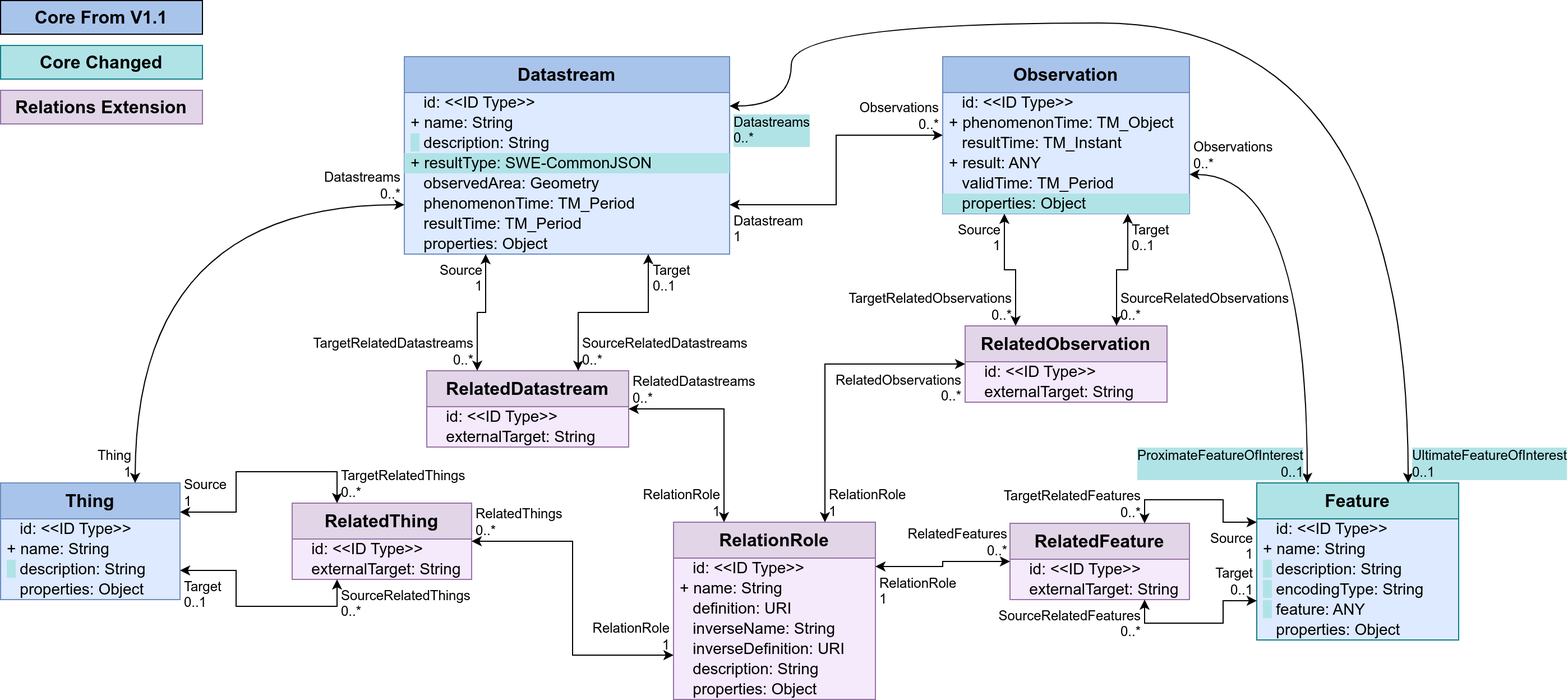
Above: figures/Datamodel-SensorThingsApi-V2-proposal-1-Relations.drawio.png in opengeospatial/sensorthings (draw.io), before the change. Source tidied: cells renumbered, new cells last; positions are measured from the earlier drawing's top-left corner, leaving out a move shared by most shapes.
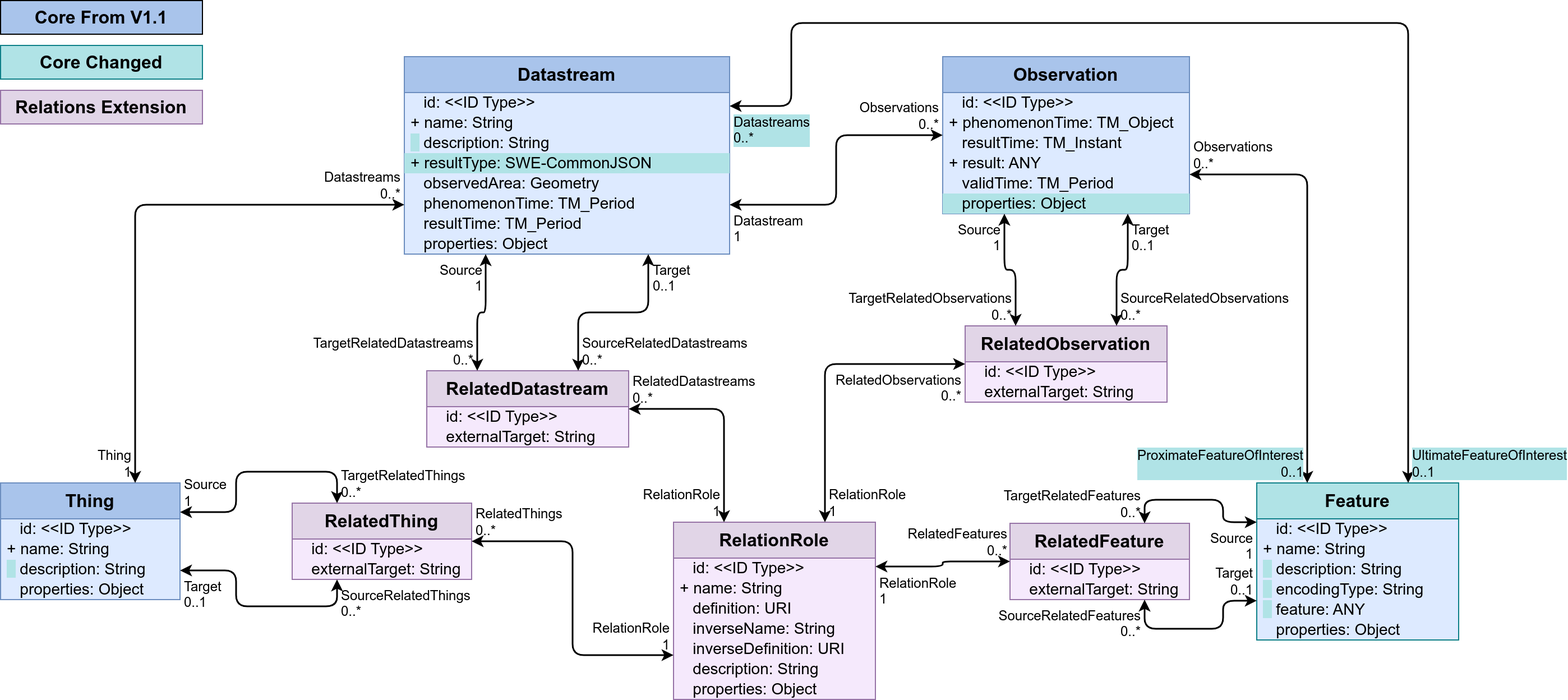
Later version of the same file.

Change to the diagram source:
```diff
@@ -50,7 +50,7 @@
     <mxCell id="17" value="&amp;nbsp;&amp;nbsp;&amp;nbsp;properties: Object" style="text;strokeColor=none;fillColor=none;align=left;verticalAlign=middle;spacingLeft=4;spacingRight=4;overflow=visible;html=1;fontSize=14;" parent="11" vertex="1">
       <mxGeometry y="122" width="180" height="18" as="geometry" />
     </mxCell>
-    <mxCell id="18" style="endArrow=classic;startArrow=classic;html=1;rounded=0;exitX=0.75;exitY=0;exitDx=0;exitDy=0;edgeStyle=orthogonalEdgeStyle;entryX=1;entryY=0.25;entryDx=0;entryDy=0;curved=1;" parent="1" edge="1" source="11" target="2">
+    <mxCell id="18" style="endArrow=classic;startArrow=classic;html=1;rounded=1;exitX=0.75;exitY=0;exitDx=0;exitDy=0;edgeStyle=orthogonalEdgeStyle;entryX=1;entryY=0.25;entryDx=0;entryDy=0;curved=0;strokeWidth=1.5;" parent="1" edge="1" source="11" target="2">
       <mxGeometry relative="1" as="geometry">
         <Array as="points">
           <mxPoint x="1255" y="20" />
@@ -86,7 +86,7 @@
     <mxCell id="27" value="&amp;nbsp;&amp;nbsp;&amp;nbsp;properties: Object" style="text;strokeColor=none;fillColor=#b0e3e6;align=left;verticalAlign=middle;spacingLeft=4;spacingRight=4;overflow=visible;html=1;fontSize=14;" parent="21" vertex="1">
       <mxGeometry y="122" width="220" height="18" as="geometry" />
     </mxCell>
-    <mxCell id="28" style="endArrow=classic;startArrow=classic;html=1;rounded=0;exitX=0;exitY=0.5;exitDx=0;exitDy=0;entryX=1;entryY=0.75;entryDx=0;entryDy=0;edgeStyle=orthogonalEdgeStyle;" parent="1" edge="1" source="21" target="2">
+    <mxCell id="28" style="endArrow=classic;startArrow=classic;html=1;rounded=1;exitX=0;exitY=0.5;exitDx=0;exitDy=0;entryX=1;entryY=0.75;entryDx=0;entryDy=0;edgeStyle=orthogonalEdgeStyle;strokeWidth=1.5;curved=0;" parent="1" edge="1" source="21" target="2">
       <mxGeometry relative="1" as="geometry" />
     </mxCell>
     <mxCell id="29" value="Observations&lt;br&gt;0..*" style="edgeLabel;html=1;align=right;verticalAlign=bottom;labelBackgroundColor=none;fontSize=12;spacingLeft=1;spacing=3;spacingRight=2;" parent="28" vertex="1">
@@ -95,7 +95,7 @@
     <mxCell id="30" value="Datastream&lt;br&gt;1" style="edgeLabel;html=1;align=left;verticalAlign=top;labelBackgroundColor=none;fontSize=12;spacingLeft=1;spacing=3;spacingRight=2;" parent="28" vertex="1">
       <mxGeometry x="1" relative="1" as="geometry" />
     </mxCell>
-    <mxCell id="31" style="endArrow=classic;startArrow=classic;html=1;rounded=0;exitX=1;exitY=0.75;exitDx=0;exitDy=0;edgeStyle=orthogonalEdgeStyle;entryX=0.25;entryY=0;entryDx=0;entryDy=0;curved=1;" parent="1" edge="1" source="21" target="11">
+    <mxCell id="31" style="endArrow=classic;startArrow=classic;html=1;rounded=1;exitX=1;exitY=0.75;exitDx=0;exitDy=0;edgeStyle=orthogonalEdgeStyle;entryX=0.25;entryY=0;entryDx=0;entryDy=0;curved=0;strokeWidth=1.5;" parent="1" edge="1" source="21" target="11">
       <mxGeometry relative="1" as="geometry" />
     </mxCell>
     <mxCell id="32" value="Observations&lt;br&gt;0..*" style="edgeLabel;html=1;align=left;verticalAlign=bottom;labelBackgroundColor=none;fontSize=12;spacingLeft=1;spacing=3;spacingRight=2;" parent="31" vertex="1">
@@ -113,7 +113,7 @@
     <mxCell id="36" value="&amp;nbsp;&amp;nbsp;&amp;nbsp;externalTarget: String" style="text;strokeColor=none;fillColor=none;align=left;verticalAlign=middle;spacingLeft=4;spacingRight=4;overflow=visible;html=1;fontSize=14;" parent="34" vertex="1">
       <mxGeometry y="50" width="180" height="18" as="geometry" />
     </mxCell>
-    <mxCell id="37" style="endArrow=classic;startArrow=classic;html=1;rounded=0;exitX=0.25;exitY=0;exitDx=0;exitDy=0;entryX=0.25;entryY=1;entryDx=0;entryDy=0;edgeStyle=orthogonalEdgeStyle;" parent="1" edge="1" source="34" target="2">
+    <mxCell id="37" style="endArrow=classic;startArrow=classic;html=1;rounded=1;exitX=0.25;exitY=0;exitDx=0;exitDy=0;entryX=0.25;entryY=1;entryDx=0;entryDy=0;edgeStyle=orthogonalEdgeStyle;strokeWidth=1.5;curved=0;" parent="1" edge="1" source="34" target="2">
       <mxGeometry relative="1" as="geometry" />
     </mxCell>
     <mxCell id="38" value="TargetRelatedDatastreams&lt;br&gt;0..*" style="edgeLabel;html=1;align=right;verticalAlign=bottom;labelBackgroundColor=none;fontSize=12;spacingLeft=1;spacing=3;spacingRight=2;" parent="37" vertex="1">
@@ -122,7 +122,7 @@
     <mxCell id="39" value="Source&lt;br&gt;1" style="edgeLabel;html=1;align=right;verticalAlign=top;labelBackgroundColor=none;fontSize=12;spacingLeft=1;spacing=3;spacingRight=2;" parent="37" vertex="1">
       <mxGeometry x="1" relative="1" as="geometry" />
     </mxCell>
-    <mxCell id="40" style="endArrow=classic;startArrow=classic;html=1;rounded=0;entryX=0.75;entryY=1;entryDx=0;entryDy=0;exitX=0.75;exitY=0;exitDx=0;exitDy=0;edgeStyle=orthogonalEdgeStyle;" parent="1" edge="1" source="34" target="2">
+    <mxCell id="40" style="endArrow=classic;startArrow=classic;html=1;rounded=1;entryX=0.75;entryY=1;entryDx=0;entryDy=0;exitX=0.75;exitY=0;exitDx=0;exitDy=0;edgeStyle=orthogonalEdgeStyle;strokeWidth=1.5;curved=0;" parent="1" edge="1" source="34" target="2">
       <mxGeometry relative="1" as="geometry" />
     </mxCell>
     <mxCell id="41" value="SourceRelatedDatastreams&lt;br&gt;0..*" style="edgeLabel;html=1;align=left;verticalAlign=bottom;labelBackgroundColor=none;fontSize=12;spacingLeft=1;spacing=3;spacingRight=2;" parent="40" vertex="1">
@@ -140,7 +140,7 @@
     <mxCell id="45" value="&amp;nbsp;&amp;nbsp;&amp;nbsp;externalTarget: String" style="text;strokeColor=none;fillColor=none;align=left;verticalAlign=middle;spacingLeft=4;spacingRight=4;overflow=visible;html=1;fontSize=14;" parent="43" vertex="1">
       <mxGeometry y="50" width="160" height="18" as="geometry" />
     </mxCell>
-    <mxCell id="46" style="endArrow=classic;startArrow=classic;html=1;rounded=0;entryX=0;entryY=0.25;entryDx=0;entryDy=0;exitX=0.75;exitY=0;exitDx=0;exitDy=0;edgeStyle=orthogonalEdgeStyle;" parent="1" edge="1" source="43" target="11">
+    <mxCell id="46" style="endArrow=classic;startArrow=classic;html=1;rounded=1;entryX=0;entryY=0.25;entryDx=0;entryDy=0;exitX=0.75;exitY=0;exitDx=0;exitDy=0;edgeStyle=orthogonalEdgeStyle;strokeWidth=1.5;curved=0;" parent="1" edge="1" source="43" target="11">
       <mxGeometry relative="1" as="geometry">
         <Array as="points">
           <mxPoint x="1020" y="445" />
@@ -155,11 +155,11 @@
     <mxCell id="48" value="Source&lt;br&gt;1" style="edgeLabel;html=1;align=right;verticalAlign=top;labelBackgroundColor=none;fontSize=12;spacingLeft=1;spacing=3;spacingRight=2;" parent="46" vertex="1">
       <mxGeometry x="1" relative="1" as="geometry" />
     </mxCell>
-    <mxCell id="49" style="endArrow=classic;startArrow=classic;html=1;rounded=0;edgeStyle=orthogonalEdgeStyle;entryX=0;entryY=0.75;entryDx=0;entryDy=0;exitX=0.75;exitY=1;exitDx=0;exitDy=0;" parent="1" edge="1" source="43" target="11">
+    <mxCell id="49" style="endArrow=classic;startArrow=classic;html=1;rounded=1;edgeStyle=orthogonalEdgeStyle;entryX=0;entryY=0.75;entryDx=0;entryDy=0;exitX=0.75;exitY=1;exitDx=0;exitDy=0;strokeWidth=1.5;curved=0;" parent="1" edge="1" source="43" target="11">
       <mxGeometry relative="1" as="geometry">
         <Array as="points">
-          <mxPoint x="1020" y="555" />
-          <mxPoint x="1090" y="555" />
+          <mxPoint x="1020" y="560" />
+          <mxPoint x="1090" y="560" />
           <mxPoint x="1090" y="535" />
         </Array>
       </mxGeometry>
@@ -179,7 +179,7 @@
     <mxCell id="54" value="&amp;nbsp;&amp;nbsp;&amp;nbsp;externalTarget: String" style="text;strokeColor=none;fillColor=none;align=left;verticalAlign=middle;spacingLeft=4;spacingRight=4;overflow=visible;html=1;fontSize=14;" parent="52" vertex="1">
       <mxGeometry y="50" width="180" height="18" as="geometry" />
     </mxCell>
-    <mxCell id="55" style="endArrow=classic;startArrow=classic;html=1;rounded=0;entryX=0.25;entryY=1;entryDx=0;entryDy=0;edgeStyle=orthogonalEdgeStyle;exitX=0.25;exitY=0;exitDx=0;exitDy=0;" parent="1" edge="1" source="52" target="21">
+    <mxCell id="55" style="endArrow=classic;startArrow=classic;html=1;rounded=1;entryX=0.25;entryY=1;entryDx=0;entryDy=0;edgeStyle=orthogonalEdgeStyle;exitX=0.25;exitY=0;exitDx=0;exitDy=0;strokeWidth=1.5;curved=0;" parent="1" edge="1" source="52" target="21">
       <mxGeometry relative="1" as="geometry" />
     </mxCell>
     <mxCell id="56" value="TargetRelatedObservations&lt;br&gt;0..*" style="edgeLabel;html=1;align=right;verticalAlign=bottom;labelBackgroundColor=none;fontSize=12;spacingLeft=1;spacing=3;spacingRight=2;" parent="55" vertex="1">
@@ -188,7 +188,7 @@
     <mxCell id="57" value="Source&lt;br&gt;1" style="edgeLabel;html=1;align=right;verticalAlign=top;labelBackgroundColor=none;fontSize=12;spacingLeft=1;spacing=3;spacingRight=2;" parent="55" vertex="1">
       <mxGeometry x="1" relative="1" as="geometry" />
     </mxCell>
-    <mxCell id="58" style="endArrow=classic;startArrow=classic;html=1;rounded=0;entryX=0.75;entryY=1;entryDx=0;entryDy=0;edgeStyle=orthogonalEdgeStyle;exitX=0.75;exitY=0;exitDx=0;exitDy=0;" parent="1" edge="1" source="52" target="21">
+    <mxCell id="58" style="endArrow=classic;startArrow=classic;html=1;rounded=1;entryX=0.75;entryY=1;entryDx=0;entryDy=0;edgeStyle=orthogonalEdgeStyle;exitX=0.75;exitY=0;exitDx=0;exitDy=0;strokeWidth=1.5;curved=0;" parent="1" edge="1" source="52" target="21">
       <mxGeometry relative="1" as="geometry" />
     </mxCell>
     <mxCell id="59" value="SourceRelatedObservations&lt;br&gt;0..*" style="edgeLabel;html=1;align=left;verticalAlign=bottom;labelBackgroundColor=none;fontSize=12;spacingLeft=1;spacing=3;spacingRight=2;" parent="58" vertex="1">
@@ -230,7 +230,7 @@
     <mxCell id="71" value="&amp;nbsp;&amp;nbsp;&amp;nbsp;properties: Object" style="text;strokeColor=none;fillColor=none;align=left;verticalAlign=middle;spacingLeft=4;spacingRight=4;overflow=visible;html=1;fontSize=14;" parent="64" vertex="1">
       <mxGeometry y="140" width="180" height="18" as="geometry" />
     </mxCell>
-    <mxCell id="72" style="endArrow=classic;startArrow=classic;html=1;rounded=0;exitX=0.25;exitY=0;exitDx=0;exitDy=0;entryX=1;entryY=0.5;entryDx=0;entryDy=0;edgeStyle=orthogonalEdgeStyle;" parent="1" edge="1" source="64" target="34">
+    <mxCell id="72" style="endArrow=classic;startArrow=classic;html=1;rounded=1;exitX=0.25;exitY=0;exitDx=0;exitDy=0;entryX=1;entryY=0.5;entryDx=0;entryDy=0;edgeStyle=orthogonalEdgeStyle;strokeWidth=1.5;curved=0;" parent="1" edge="1" source="64" target="34">
       <mxGeometry relative="1" as="geometry" />
     </mxCell>
     <mxCell id="73" value="RelationRole&lt;br&gt;1" style="edgeLabel;html=1;align=right;verticalAlign=bottom;labelBackgroundColor=none;fontSize=12;spacingLeft=1;spacing=3;spacingRight=2;" parent="72" vertex="1">
@@ -239,7 +239,7 @@
     <mxCell id="74" value="RelatedDatastreams&lt;br&gt;0..*" style="edgeLabel;html=1;align=left;verticalAlign=bottom;labelBackgroundColor=none;fontSize=12;spacingLeft=1;spacing=3;spacingRight=2;" parent="72" vertex="1">
       <mxGeometry x="1" relative="1" as="geometry" />
     </mxCell>
-    <mxCell id="75" style="endArrow=classic;startArrow=classic;html=1;rounded=0;entryX=0;entryY=0.5;entryDx=0;entryDy=0;exitX=1;exitY=0.25;exitDx=0;exitDy=0;edgeStyle=orthogonalEdgeStyle;" parent="1" edge="1" source="64" target="43">
+    <mxCell id="75" style="endArrow=classic;startArrow=classic;html=1;rounded=1;entryX=0;entryY=0.5;entryDx=0;entryDy=0;exitX=1;exitY=0.25;exitDx=0;exitDy=0;edgeStyle=orthogonalEdgeStyle;strokeWidth=1.5;curved=0;" parent="1" edge="1" source="64" target="43">
       <mxGeometry relative="1" as="geometry" />
     </mxCell>
     <mxCell id="76" value="RelationRole&lt;br&gt;1" style="edgeLabel;html=1;align=left;verticalAlign=top;labelBackgroundColor=none;fontSize=12;spacingLeft=1;spacing=3;spacingRight=2;" parent="75" vertex="1">
@@ -248,7 +248,7 @@
     <mxCell id="77" value="RelatedFeatures&lt;br&gt;0..*" style="edgeLabel;html=1;align=right;verticalAlign=bottom;labelBackgroundColor=none;fontSize=12;spacingLeft=1;spacing=3;spacingRight=2;" parent="75" vertex="1">
       <mxGeometry x="1" relative="1" as="geometry" />
     </mxCell>
-    <mxCell id="78" style="endArrow=classic;startArrow=classic;html=1;rounded=0;entryX=0;entryY=0.5;entryDx=0;entryDy=0;edgeStyle=orthogonalEdgeStyle;exitX=0.75;exitY=0;exitDx=0;exitDy=0;" parent="1" edge="1" source="64" target="52">
+    <mxCell id="78" style="endArrow=classic;startArrow=classic;html=1;rounded=1;entryX=0;entryY=0.5;entryDx=0;entryDy=0;edgeStyle=orthogonalEdgeStyle;exitX=0.75;exitY=0;exitDx=0;exitDy=0;strokeWidth=1.5;curved=0;" parent="1" edge="1" source="64" target="52">
       <mxGeometry relative="1" as="geometry" />
     </mxCell>
     <mxCell id="79" value="RelationRole&lt;br&gt;1" style="edgeLabel;html=1;align=left;verticalAlign=bottom;labelBackgroundColor=none;fontSize=12;spacingLeft=1;spacing=3;spacingRight=2;" parent="78" vertex="1">
@@ -257,7 +257,7 @@
     <mxCell id="80" value="RelatedObservations&lt;br&gt;0..*" style="edgeLabel;html=1;align=right;verticalAlign=top;labelBackgroundColor=none;fontSize=12;spacingLeft=1;spacing=3;spacingRight=2;" parent="78" vertex="1">
       <mxGeometry x="1" relative="1" as="geometry" />
     </mxCell>
-    <mxCell id="81" style="endArrow=classic;startArrow=classic;html=1;rounded=0;exitX=0;exitY=0.75;exitDx=0;exitDy=0;entryX=1;entryY=0.5;entryDx=0;entryDy=0;edgeStyle=orthogonalEdgeStyle;" parent="1" edge="1" source="64" target="61">
+    <mxCell id="81" style="endArrow=classic;startArrow=classic;html=1;rounded=1;exitX=0;exitY=0.75;exitDx=0;exitDy=0;entryX=1;entryY=0.5;entryDx=0;entryDy=0;edgeStyle=orthogonalEdgeStyle;strokeWidth=1.5;curved=0;" parent="1" edge="1" source="64" target="61">
       <mxGeometry relative="1" as="geometry" />
     </mxCell>
     <mxCell id="82" value="RelationRole&lt;br&gt;1" style="edgeLabel;html=1;align=right;verticalAlign=bottom;labelBackgroundColor=none;fontSize=12;spacingLeft=1;spacing=3;spacingRight=2;" parent="81" vertex="1">
@@ -281,7 +281,7 @@
     <mxCell id="88" value="&amp;nbsp;&amp;nbsp;&amp;nbsp;properties: Object" style="text;strokeColor=none;fillColor=none;align=left;verticalAlign=middle;spacingLeft=4;spacingRight=4;overflow=visible;html=1;fontSize=14;" parent="84" vertex="1">
       <mxGeometry y="86" width="160" height="18" as="geometry" />
     </mxCell>
-    <mxCell id="89" style="endArrow=classic;startArrow=classic;html=1;rounded=0;entryX=0.25;entryY=1;entryDx=0;entryDy=0;edgeStyle=orthogonalEdgeStyle;exitX=1;exitY=0.75;exitDx=0;exitDy=0;" parent="1" edge="1" source="84" target="61">
+    <mxCell id="89" style="endArrow=classic;startArrow=classic;html=1;rounded=1;entryX=0.25;entryY=1;entryDx=0;entryDy=0;edgeStyle=orthogonalEdgeStyle;exitX=1;exitY=0.75;exitDx=0;exitDy=0;strokeWidth=1.5;curved=0;" parent="1" edge="1" source="84" target="61">
       <mxGeometry relative="1" as="geometry">
         <Array as="points">
           <mxPoint x="210" y="508" />
@@ -296,7 +296,7 @@
     <mxCell id="91" value="SourceRelatedThings&lt;br&gt;0..*" style="edgeLabel;html=1;align=left;verticalAlign=top;labelBackgroundColor=none;fontSize=12;spacingLeft=1;spacing=3;spacingRight=2;" parent="89" vertex="1">
       <mxGeometry x="1" relative="1" as="geometry" />
     </mxCell>
-    <mxCell id="92" style="endArrow=classic;startArrow=classic;html=1;rounded=0;exitX=1;exitY=0.25;exitDx=0;exitDy=0;entryX=0.25;entryY=0;entryDx=0;entryDy=0;edgeStyle=orthogonalEdgeStyle;" parent="1" edge="1" source="84" target="61">
+    <mxCell id="92" style="endArrow=classic;startArrow=classic;html=1;rounded=1;exitX=1;exitY=0.25;exitDx=0;exitDy=0;entryX=0.25;entryY=0;entryDx=0;entryDy=0;edgeStyle=orthogonalEdgeStyle;strokeWidth=1.5;curved=0;" parent="1" edge="1" source="84" target="61">
       <mxGeometry relative="1" as="geometry" />
     </mxCell>
     <mxCell id="93" value="Source&lt;br&gt;1" style="edgeLabel;html=1;align=left;verticalAlign=bottom;labelBackgroundColor=none;fontSize=12;spacingLeft=1;spacing=3;spacingRight=2;" parent="92" vertex="1">
@@ -305,7 +305,7 @@
     <mxCell id="94" value="TargetRelatedThings&lt;br&gt;0..*" style="edgeLabel;html=1;align=left;verticalAlign=bottom;labelBackgroundColor=none;fontSize=12;spacingLeft=1;spacing=3;spacingRight=2;" parent="92" vertex="1">
       <mxGeometry x="1" relative="1" as="geometry" />
     </mxCell>
-    <mxCell id="95" style="endArrow=classic;startArrow=classic;html=1;rounded=0;edgeStyle=orthogonalEdgeStyle;entryX=0;entryY=0.75;entryDx=0;entryDy=0;exitX=0.75;exitY=0;exitDx=0;exitDy=0;curved=1;" parent="1" edge="1" source="84" target="2">
+    <mxCell id="95" style="endArrow=classic;startArrow=classic;html=1;rounded=1;edgeStyle=orthogonalEdgeStyle;entryX=0;entryY=0.75;entryDx=0;entryDy=0;exitX=0.75;exitY=0;exitDx=0;exitDy=0;curved=0;strokeWidth=1.5;" parent="1" edge="1" source="84" target="2">
       <mxGeometry relative="1" as="geometry" />
     </mxCell>
     <mxCell id="96" value="Thing&lt;br&gt;1" style="edgeLabel;html=1;align=right;verticalAlign=bottom;labelBackgroundColor=none;fontSize=12;spacingLeft=1;spacing=3;spacingRight=2;" parent="95" vertex="1">
```
